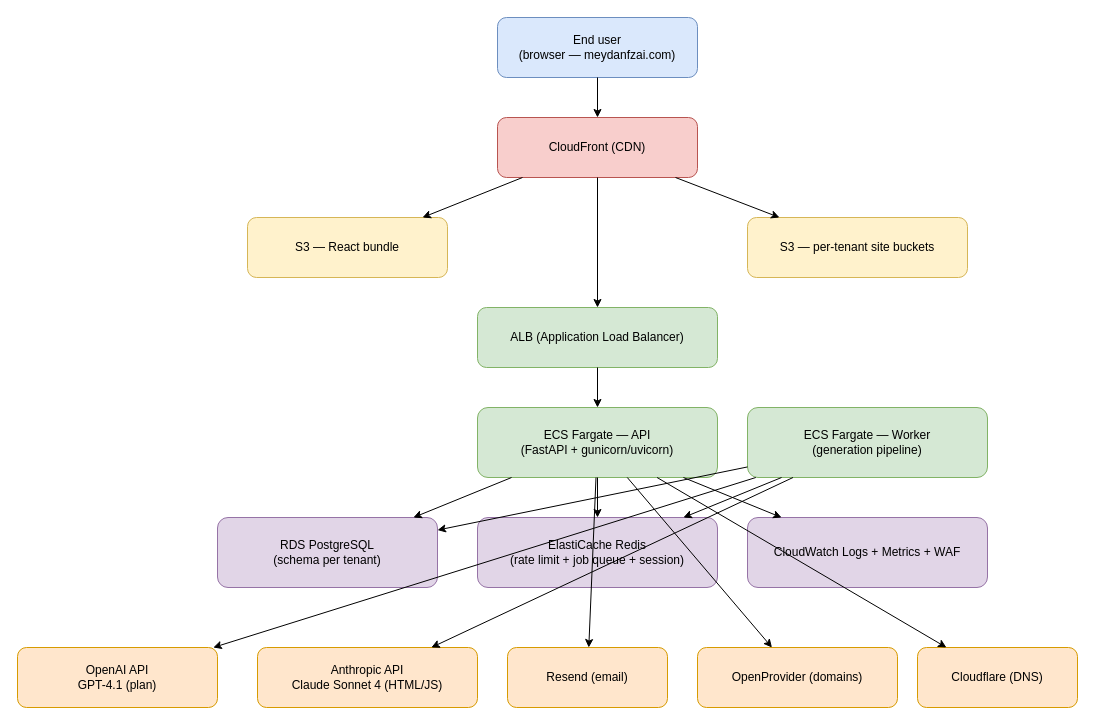
Above: docs/Handover_Meydan_2026-04/assets/architecture.drawio in eqbit-ai/my_web_gen (draw.io), before the change. Source tidied: cells renumbered, new cells numbered last; positions are measured from the earlier drawing's top-left corner, leaving out a move shared by most shapes. Both pictures are drawn from the tidied source at 100%, with x=0, y=0 at pixel (17, 17).
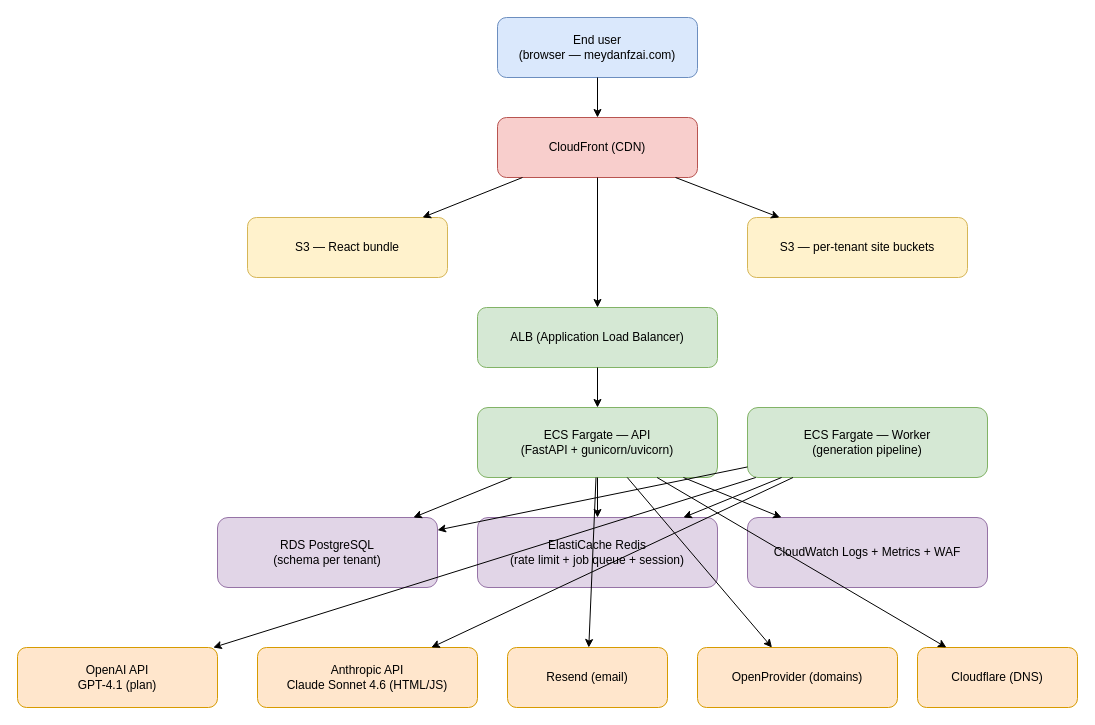
The same page after the edit.

Commit message (it also covers changes not shown here):
docs: correct model name to Claude Sonnet 4.6 across handover

Change to the diagram source:
```diff
@@
-    <mxCell id="13" value="Anthropic API&#10;Claude Sonnet 4 (HTML/JS)" style="rounded=1;whiteSpace=wrap;html=1;fillColor=#ffe6cc;strokeColor=#d79b00;" parent="1" vertex="1">
+    <mxCell id="13" value="Anthropic API&#10;Claude Sonnet 4.6 (HTML/JS)" style="rounded=1;whiteSpace=wrap;html=1;fillColor=#ffe6cc;strokeColor=#d79b00;" parent="1" vertex="1">
       <mxGeometry x="240" y="630" width="220" height="60" as="geometry" />
     </mxCell>
```
